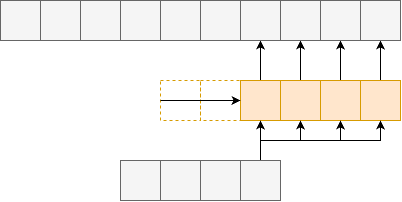
Earlier version of the draw.io export figure/sec3/tconv2.drawio.png (kyushusouth/master_thesis). Source tidied: cells renumbered, new cells last; positions are measured from the earlier drawing's top-left corner, leaving out a move shared by most shapes. The source it was exported from:
```xml
<mxGraphModel>
  <root>
    <mxCell id="0" />
    <mxCell id="1" parent="0" />
    <mxCell id="2" style="edgeStyle=orthogonalEdgeStyle;rounded=0;jettySize=auto;html=1;exitX=0.5;exitY=0;exitDx=0;exitDy=0;entryX=0.5;entryY=1;entryDx=0;entryDy=0;" parent="1" edge="1" source="3" target="25">
      <mxGeometry relative="1" as="geometry" />
    </mxCell>
    <mxCell id="3" style="whiteSpace=wrap;html=1;fillColor=#ffe6cc;strokeColor=#d79b00;" parent="1" vertex="1">
      <mxGeometry x="280" y="80" width="40" height="40" as="geometry" />
    </mxCell>
    <mxCell id="4" style="edgeStyle=orthogonalEdgeStyle;rounded=0;jettySize=auto;html=1;exitX=0.5;exitY=0;exitDx=0;exitDy=0;entryX=0.5;entryY=1;entryDx=0;entryDy=0;" parent="1" edge="1" source="5" target="26">
      <mxGeometry relative="1" as="geometry" />
    </mxCell>
    <mxCell id="5" style="whiteSpace=wrap;html=1;fillColor=#ffe6cc;strokeColor=#d79b00;" parent="1" vertex="1">
      <mxGeometry x="320" y="80" width="40" height="40" as="geometry" />
    </mxCell>
    <mxCell id="6" style="edgeStyle=orthogonalEdgeStyle;rounded=0;jettySize=auto;html=1;exitX=0.5;exitY=0;exitDx=0;exitDy=0;entryX=0.5;entryY=1;entryDx=0;entryDy=0;" parent="1" edge="1" source="7" target="27">
      <mxGeometry relative="1" as="geometry" />
    </mxCell>
    <mxCell id="7" style="whiteSpace=wrap;html=1;fillColor=#ffe6cc;strokeColor=#d79b00;" parent="1" vertex="1">
      <mxGeometry x="360" y="80" width="40" height="40" as="geometry" />
    </mxCell>
    <mxCell id="8" style="edgeStyle=orthogonalEdgeStyle;rounded=0;jettySize=auto;html=1;exitX=0.5;exitY=0;exitDx=0;exitDy=0;entryX=0.5;entryY=1;entryDx=0;entryDy=0;" parent="1" edge="1" source="9" target="24">
      <mxGeometry relative="1" as="geometry" />
    </mxCell>
    <mxCell id="9" style="whiteSpace=wrap;html=1;fillColor=#ffe6cc;strokeColor=#d79b00;" parent="1" vertex="1">
      <mxGeometry x="240" y="80" width="40" height="40" as="geometry" />
    </mxCell>
    <mxCell id="10" style="whiteSpace=wrap;html=1;fillColor=#f5f5f5;fontColor=#333333;strokeColor=#666666;" parent="1" vertex="1">
      <mxGeometry x="120" y="160" width="40" height="40" as="geometry" />
    </mxCell>
    <mxCell id="11" style="whiteSpace=wrap;html=1;fillColor=#f5f5f5;fontColor=#333333;strokeColor=#666666;" parent="1" vertex="1">
      <mxGeometry x="160" y="160" width="40" height="40" as="geometry" />
    </mxCell>
    <mxCell id="12" style="whiteSpace=wrap;html=1;fillColor=#f5f5f5;fontColor=#333333;strokeColor=#666666;" parent="1" vertex="1">
      <mxGeometry x="200" y="160" width="40" height="40" as="geometry" />
    </mxCell>
    <mxCell id="13" style="edgeStyle=orthogonalEdgeStyle;rounded=0;jettySize=auto;html=1;exitX=0.5;exitY=0;exitDx=0;exitDy=0;entryX=0.5;entryY=1;entryDx=0;entryDy=0;" parent="1" edge="1" source="17" target="9">
      <mxGeometry relative="1" as="geometry" />
    </mxCell>
    <mxCell id="14" style="edgeStyle=orthogonalEdgeStyle;rounded=0;jettySize=auto;html=1;exitX=0.5;exitY=0;exitDx=0;exitDy=0;entryX=0.5;entryY=1;entryDx=0;entryDy=0;" parent="1" edge="1" source="17" target="3">
      <mxGeometry relative="1" as="geometry" />
    </mxCell>
    <mxCell id="15" style="edgeStyle=orthogonalEdgeStyle;rounded=0;jettySize=auto;html=1;exitX=0.5;exitY=0;exitDx=0;exitDy=0;entryX=0.5;entryY=1;entryDx=0;entryDy=0;" parent="1" edge="1" source="17" target="5">
      <mxGeometry relative="1" as="geometry" />
    </mxCell>
    <mxCell id="16" style="edgeStyle=orthogonalEdgeStyle;rounded=0;jettySize=auto;html=1;exitX=0.5;exitY=0;exitDx=0;exitDy=0;entryX=0.5;entryY=1;entryDx=0;entryDy=0;" parent="1" edge="1" source="17" target="7">
      <mxGeometry relative="1" as="geometry" />
    </mxCell>
    <mxCell id="17" style="whiteSpace=wrap;html=1;fillColor=#f5f5f5;fontColor=#333333;strokeColor=#666666;" parent="1" vertex="1">
      <mxGeometry x="240" y="160" width="40" height="40" as="geometry" />
    </mxCell>
    <mxCell id="18" style="whiteSpace=wrap;html=1;fillColor=#f5f5f5;fontColor=#333333;strokeColor=#666666;" parent="1" vertex="1">
      <mxGeometry width="40" height="40" as="geometry" />
    </mxCell>
    <mxCell id="19" style="whiteSpace=wrap;html=1;fillColor=#f5f5f5;fontColor=#333333;strokeColor=#666666;" parent="1" vertex="1">
      <mxGeometry x="40" width="40" height="40" as="geometry" />
    </mxCell>
    <mxCell id="20" style="whiteSpace=wrap;html=1;fillColor=#f5f5f5;fontColor=#333333;strokeColor=#666666;" parent="1" vertex="1">
      <mxGeometry x="80" width="40" height="40" as="geometry" />
    </mxCell>
    <mxCell id="21" style="whiteSpace=wrap;html=1;fillColor=#f5f5f5;fontColor=#333333;strokeColor=#666666;" parent="1" vertex="1">
      <mxGeometry x="120" width="40" height="40" as="geometry" />
    </mxCell>
    <mxCell id="22" style="whiteSpace=wrap;html=1;fillColor=#f5f5f5;fontColor=#333333;strokeColor=#666666;" parent="1" vertex="1">
      <mxGeometry x="160" width="40" height="40" as="geometry" />
    </mxCell>
    <mxCell id="23" style="whiteSpace=wrap;html=1;fillColor=#f5f5f5;fontColor=#333333;strokeColor=#666666;" parent="1" vertex="1">
      <mxGeometry x="200" width="40" height="40" as="geometry" />
    </mxCell>
    <mxCell id="24" style="whiteSpace=wrap;html=1;fillColor=#f5f5f5;fontColor=#333333;strokeColor=#666666;" parent="1" vertex="1">
      <mxGeometry x="240" width="40" height="40" as="geometry" />
    </mxCell>
    <mxCell id="25" style="whiteSpace=wrap;html=1;fillColor=#f5f5f5;fontColor=#333333;strokeColor=#666666;" parent="1" vertex="1">
      <mxGeometry x="280" width="40" height="40" as="geometry" />
    </mxCell>
    <mxCell id="26" style="whiteSpace=wrap;html=1;fillColor=#f5f5f5;fontColor=#333333;strokeColor=#666666;" parent="1" vertex="1">
      <mxGeometry x="320" width="40" height="40" as="geometry" />
    </mxCell>
    <mxCell id="27" style="whiteSpace=wrap;html=1;fillColor=#f5f5f5;fontColor=#333333;strokeColor=#666666;" parent="1" vertex="1">
      <mxGeometry x="360" width="40" height="40" as="geometry" />
    </mxCell>
    <mxCell id="28" style="whiteSpace=wrap;html=1;fillColor=none;strokeColor=#d79b00;dashed=1;" parent="1" vertex="1">
      <mxGeometry x="200" y="80" width="40" height="40" as="geometry" />
    </mxCell>
    <mxCell id="29" style="whiteSpace=wrap;html=1;fillColor=none;strokeColor=#d79b00;dashed=1;" parent="1" vertex="1">
      <mxGeometry x="160" y="80" width="40" height="40" as="geometry" />
    </mxCell>
    <mxCell id="30" style="endArrow=classic;html=1;rounded=0;exitX=0;exitY=0.5;exitDx=0;exitDy=0;entryX=0;entryY=0.5;entryDx=0;entryDy=0;" parent="1" edge="1" source="29" target="9">
      <mxGeometry relative="1" as="geometry" />
    </mxCell>
  </root>
</mxGraphModel>
```
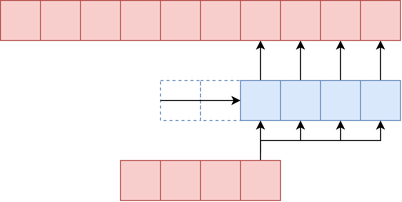
After the commit.

The edit, as a diff of the source:
```diff
@@ -5,34 +5,34 @@
     <mxCell id="2" style="edgeStyle=orthogonalEdgeStyle;rounded=0;jettySize=auto;html=1;exitX=0.5;exitY=0;exitDx=0;exitDy=0;entryX=0.5;entryY=1;entryDx=0;entryDy=0;" parent="1" edge="1" source="3" target="25">
       <mxGeometry relative="1" as="geometry" />
     </mxCell>
-    <mxCell id="3" style="whiteSpace=wrap;html=1;fillColor=#ffe6cc;strokeColor=#d79b00;" parent="1" vertex="1">
+    <mxCell id="3" style="whiteSpace=wrap;html=1;fillColor=#dae8fc;strokeColor=#6c8ebf;" parent="1" vertex="1">
       <mxGeometry x="280" y="80" width="40" height="40" as="geometry" />
     </mxCell>
     <mxCell id="4" style="edgeStyle=orthogonalEdgeStyle;rounded=0;jettySize=auto;html=1;exitX=0.5;exitY=0;exitDx=0;exitDy=0;entryX=0.5;entryY=1;entryDx=0;entryDy=0;" parent="1" edge="1" source="5" target="26">
       <mxGeometry relative="1" as="geometry" />
     </mxCell>
-    <mxCell id="5" style="whiteSpace=wrap;html=1;fillColor=#ffe6cc;strokeColor=#d79b00;" parent="1" vertex="1">
+    <mxCell id="5" style="whiteSpace=wrap;html=1;fillColor=#dae8fc;strokeColor=#6c8ebf;" parent="1" vertex="1">
       <mxGeometry x="320" y="80" width="40" height="40" as="geometry" />
     </mxCell>
     <mxCell id="6" style="edgeStyle=orthogonalEdgeStyle;rounded=0;jettySize=auto;html=1;exitX=0.5;exitY=0;exitDx=0;exitDy=0;entryX=0.5;entryY=1;entryDx=0;entryDy=0;" parent="1" edge="1" source="7" target="27">
       <mxGeometry relative="1" as="geometry" />
     </mxCell>
-    <mxCell id="7" style="whiteSpace=wrap;html=1;fillColor=#ffe6cc;strokeColor=#d79b00;" parent="1" vertex="1">
+    <mxCell id="7" style="whiteSpace=wrap;html=1;fillColor=#dae8fc;strokeColor=#6c8ebf;" parent="1" vertex="1">
       <mxGeometry x="360" y="80" width="40" height="40" as="geometry" />
     </mxCell>
     <mxCell id="8" style="edgeStyle=orthogonalEdgeStyle;rounded=0;jettySize=auto;html=1;exitX=0.5;exitY=0;exitDx=0;exitDy=0;entryX=0.5;entryY=1;entryDx=0;entryDy=0;" parent="1" edge="1" source="9" target="24">
       <mxGeometry relative="1" as="geometry" />
     </mxCell>
-    <mxCell id="9" style="whiteSpace=wrap;html=1;fillColor=#ffe6cc;strokeColor=#d79b00;" parent="1" vertex="1">
+    <mxCell id="9" style="whiteSpace=wrap;html=1;fillColor=#dae8fc;strokeColor=#6c8ebf;" parent="1" vertex="1">
       <mxGeometry x="240" y="80" width="40" height="40" as="geometry" />
     </mxCell>
-    <mxCell id="10" style="whiteSpace=wrap;html=1;fillColor=#f5f5f5;fontColor=#333333;strokeColor=#666666;" parent="1" vertex="1">
+    <mxCell id="10" style="whiteSpace=wrap;html=1;fillColor=#f8cecc;strokeColor=#b85450;" parent="1" vertex="1">
       <mxGeometry x="120" y="160" width="40" height="40" as="geometry" />
     </mxCell>
-    <mxCell id="11" style="whiteSpace=wrap;html=1;fillColor=#f5f5f5;fontColor=#333333;strokeColor=#666666;" parent="1" vertex="1">
+    <mxCell id="11" style="whiteSpace=wrap;html=1;fillColor=#f8cecc;strokeColor=#b85450;" parent="1" vertex="1">
       <mxGeometry x="160" y="160" width="40" height="40" as="geometry" />
     </mxCell>
-    <mxCell id="12" style="whiteSpace=wrap;html=1;fillColor=#f5f5f5;fontColor=#333333;strokeColor=#666666;" parent="1" vertex="1">
+    <mxCell id="12" style="whiteSpace=wrap;html=1;fillColor=#f8cecc;strokeColor=#b85450;" parent="1" vertex="1">
       <mxGeometry x="200" y="160" width="40" height="40" as="geometry" />
     </mxCell>
     <mxCell id="13" style="edgeStyle=orthogonalEdgeStyle;rounded=0;jettySize=auto;html=1;exitX=0.5;exitY=0;exitDx=0;exitDy=0;entryX=0.5;entryY=1;entryDx=0;entryDy=0;" parent="1" edge="1" source="17" target="9">
@@ -47,43 +47,43 @@
     <mxCell id="16" style="edgeStyle=orthogonalEdgeStyle;rounded=0;jettySize=auto;html=1;exitX=0.5;exitY=0;exitDx=0;exitDy=0;entryX=0.5;entryY=1;entryDx=0;entryDy=0;" parent="1" edge="1" source="17" target="7">
       <mxGeometry relative="1" as="geometry" />
     </mxCell>
-    <mxCell id="17" style="whiteSpace=wrap;html=1;fillColor=#f5f5f5;fontColor=#333333;strokeColor=#666666;" parent="1" vertex="1">
+    <mxCell id="17" style="whiteSpace=wrap;html=1;fillColor=#f8cecc;strokeColor=#b85450;" parent="1" vertex="1">
       <mxGeometry x="240" y="160" width="40" height="40" as="geometry" />
     </mxCell>
-    <mxCell id="18" style="whiteSpace=wrap;html=1;fillColor=#f5f5f5;fontColor=#333333;strokeColor=#666666;" parent="1" vertex="1">
+    <mxCell id="18" style="whiteSpace=wrap;html=1;fillColor=#f8cecc;strokeColor=#b85450;" parent="1" vertex="1">
       <mxGeometry width="40" height="40" as="geometry" />
     </mxCell>
-    <mxCell id="19" style="whiteSpace=wrap;html=1;fillColor=#f5f5f5;fontColor=#333333;strokeColor=#666666;" parent="1" vertex="1">
+    <mxCell id="19" style="whiteSpace=wrap;html=1;fillColor=#f8cecc;strokeColor=#b85450;" parent="1" vertex="1">
       <mxGeometry x="40" width="40" height="40" as="geometry" />
     </mxCell>
-    <mxCell id="20" style="whiteSpace=wrap;html=1;fillColor=#f5f5f5;fontColor=#333333;strokeColor=#666666;" parent="1" vertex="1">
+    <mxCell id="20" style="whiteSpace=wrap;html=1;fillColor=#f8cecc;strokeColor=#b85450;" parent="1" vertex="1">
       <mxGeometry x="80" width="40" height="40" as="geometry" />
     </mxCell>
-    <mxCell id="21" style="whiteSpace=wrap;html=1;fillColor=#f5f5f5;fontColor=#333333;strokeColor=#666666;" parent="1" vertex="1">
+    <mxCell id="21" style="whiteSpace=wrap;html=1;fillColor=#f8cecc;strokeColor=#b85450;" parent="1" vertex="1">
       <mxGeometry x="120" width="40" height="40" as="geometry" />
     </mxCell>
-    <mxCell id="22" style="whiteSpace=wrap;html=1;fillColor=#f5f5f5;fontColor=#333333;strokeColor=#666666;" parent="1" vertex="1">
+    <mxCell id="22" style="whiteSpace=wrap;html=1;fillColor=#f8cecc;strokeColor=#b85450;" parent="1" vertex="1">
       <mxGeometry x="160" width="40" height="40" as="geometry" />
     </mxCell>
-    <mxCell id="23" style="whiteSpace=wrap;html=1;fillColor=#f5f5f5;fontColor=#333333;strokeColor=#666666;" parent="1" vertex="1">
+    <mxCell id="23" style="whiteSpace=wrap;html=1;fillColor=#f8cecc;strokeColor=#b85450;" parent="1" vertex="1">
       <mxGeometry x="200" width="40" height="40" as="geometry" />
     </mxCell>
-    <mxCell id="24" style="whiteSpace=wrap;html=1;fillColor=#f5f5f5;fontColor=#333333;strokeColor=#666666;" parent="1" vertex="1">
+    <mxCell id="24" style="whiteSpace=wrap;html=1;fillColor=#f8cecc;strokeColor=#b85450;" parent="1" vertex="1">
       <mxGeometry x="240" width="40" height="40" as="geometry" />
     </mxCell>
-    <mxCell id="25" style="whiteSpace=wrap;html=1;fillColor=#f5f5f5;fontColor=#333333;strokeColor=#666666;" parent="1" vertex="1">
+    <mxCell id="25" style="whiteSpace=wrap;html=1;fillColor=#f8cecc;strokeColor=#b85450;" parent="1" vertex="1">
       <mxGeometry x="280" width="40" height="40" as="geometry" />
     </mxCell>
-    <mxCell id="26" style="whiteSpace=wrap;html=1;fillColor=#f5f5f5;fontColor=#333333;strokeColor=#666666;" parent="1" vertex="1">
+    <mxCell id="26" style="whiteSpace=wrap;html=1;fillColor=#f8cecc;strokeColor=#b85450;" parent="1" vertex="1">
       <mxGeometry x="320" width="40" height="40" as="geometry" />
     </mxCell>
-    <mxCell id="27" style="whiteSpace=wrap;html=1;fillColor=#f5f5f5;fontColor=#333333;strokeColor=#666666;" parent="1" vertex="1">
+    <mxCell id="27" style="whiteSpace=wrap;html=1;fillColor=#f8cecc;strokeColor=#b85450;" parent="1" vertex="1">
       <mxGeometry x="360" width="40" height="40" as="geometry" />
     </mxCell>
-    <mxCell id="28" style="whiteSpace=wrap;html=1;fillColor=none;strokeColor=#d79b00;dashed=1;" parent="1" vertex="1">
+    <mxCell id="28" style="whiteSpace=wrap;html=1;fillColor=none;strokeColor=#6c8ebf;dashed=1;" parent="1" vertex="1">
       <mxGeometry x="200" y="80" width="40" height="40" as="geometry" />
     </mxCell>
-    <mxCell id="29" style="whiteSpace=wrap;html=1;fillColor=none;strokeColor=#d79b00;dashed=1;" parent="1" vertex="1">
+    <mxCell id="29" style="whiteSpace=wrap;html=1;fillColor=none;strokeColor=#6c8ebf;dashed=1;" parent="1" vertex="1">
       <mxGeometry x="160" y="80" width="40" height="40" as="geometry" />
     </mxCell>
     <mxCell id="30" style="endArrow=classic;html=1;rounded=0;exitX=0;exitY=0.5;exitDx=0;exitDy=0;entryX=0;entryY=0.5;entryDx=0;entryDy=0;" parent="1" edge="1" source="29" target="9">
```
